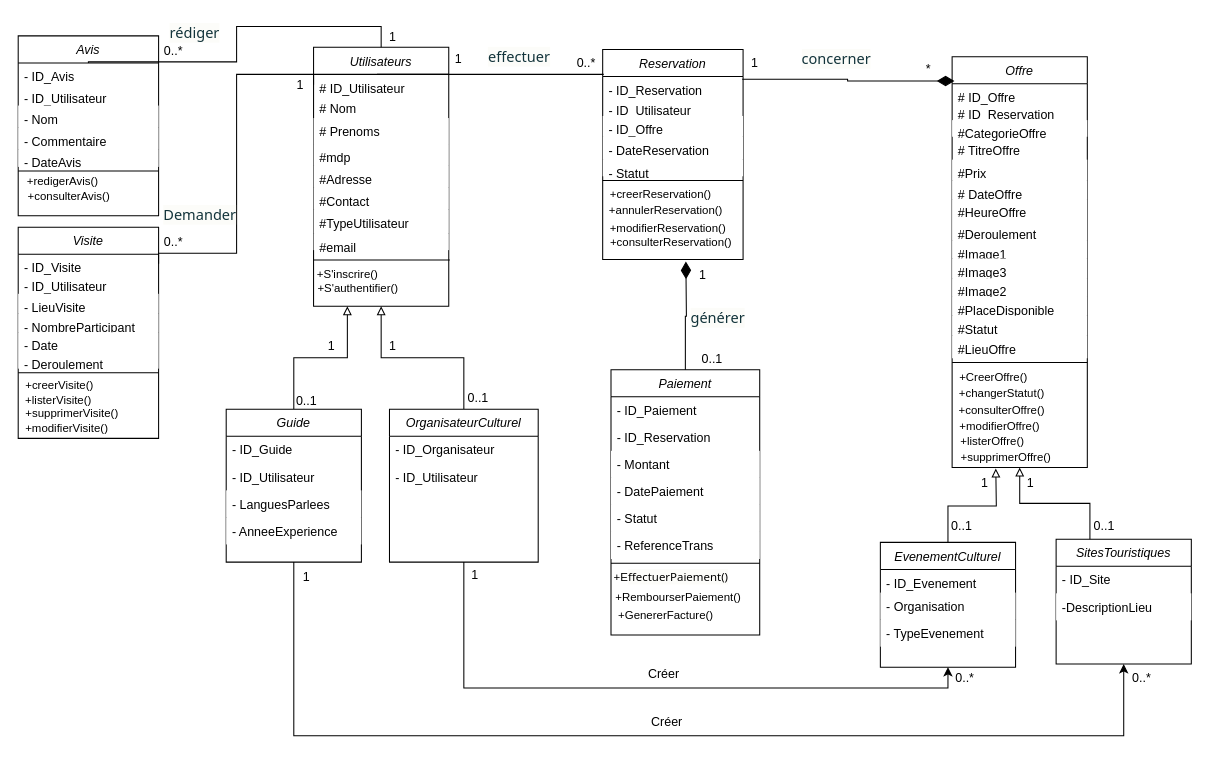
Above: diagramme classe.drawio in louis-fresnel99/TpGasaL1 (draw.io), before the change. Source tidied: cells renumbered, new cells numbered last; positions are measured from the earlier drawing's top-left corner, leaving out a move shared by most shapes. Both pictures are drawn from the tidied source at 104%, with x=0, y=0 at pixel (18, 18).
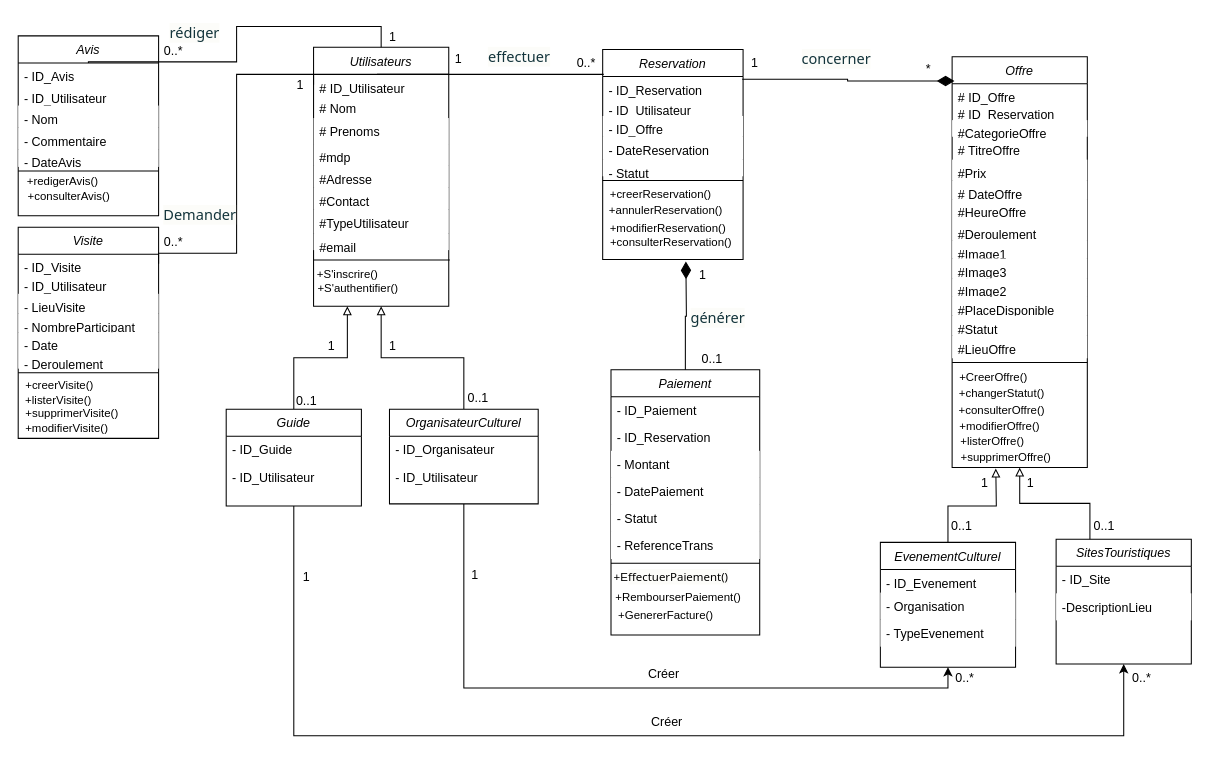
The same page after the edit.

Commit message:
Mettre à jour diagramme classe.drawio

What changed in the source:
```diff
@@
     <mxCell id="14" value="Guide" style="swimlane;fontStyle=2;align=center;verticalAlign=top;horizontal=1;startSize=26;rounded=0;shadow=0;strokeWidth=1;" parent="1" vertex="1">
-      <mxGeometry x="200" y="376" width="130" height="147" as="geometry" />
+      <mxGeometry x="200" y="376" width="130" height="93" as="geometry" />
     </mxCell>
@@
-    <mxCell id="17" value="- LanguesParlees" style="text;align=left;verticalAlign=top;spacingLeft=4;spacingRight=4;overflow=hidden;rounded=0;shadow=0;html=0;fillColor=default;textShadow=0;fontColor=default;" parent="14" vertex="1">
-      <mxGeometry y="78" width="130" height="26" as="geometry" />
-    </mxCell>
-    <mxCell id="18" value="- AnneeExperience" style="text;align=left;verticalAlign=top;spacingLeft=4;spacingRight=4;overflow=hidden;rounded=0;shadow=0;html=0;fillColor=default;textShadow=0;fontColor=default;" parent="14" vertex="1">
-      <mxGeometry y="104" width="130" height="26" as="geometry" />
-    </mxCell>
@@
     <mxCell id="21" value="OrganisateurCulturel" style="swimlane;fontStyle=2;align=center;verticalAlign=top;horizontal=1;startSize=26;rounded=0;shadow=0;strokeWidth=1;" parent="1" vertex="1">
-      <mxGeometry x="357" y="376" width="143" height="147" as="geometry" />
+      <mxGeometry x="357" y="376" width="143" height="91" as="geometry" />
     </mxCell>
```
